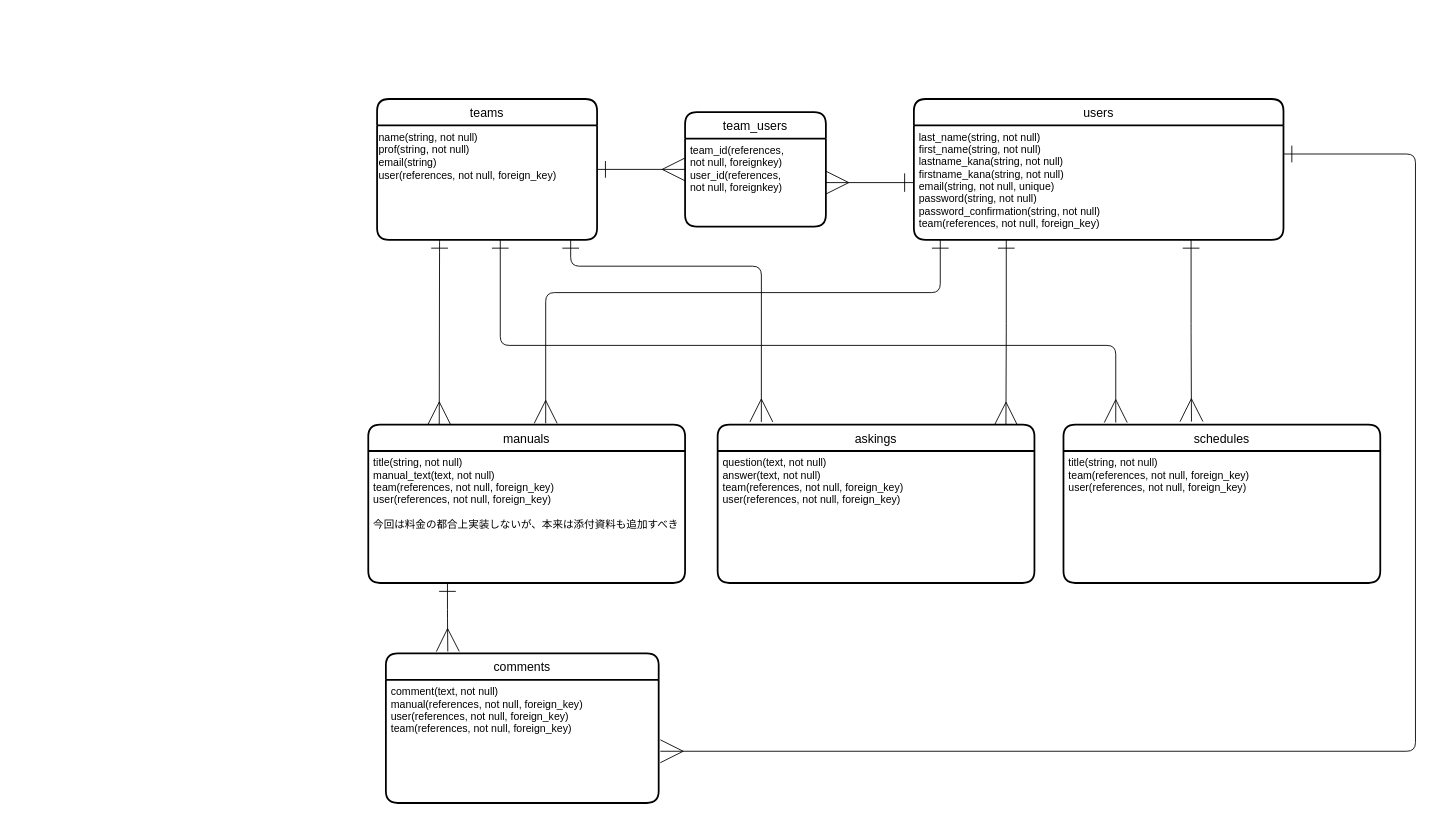
Earlier version of the draw.io diagram sumine.dio (maho-t/SUmine). Source tidied: cells renumbered, new cells numbered last; positions are measured from the earlier drawing's top-left corner, leaving out a move shared by most shapes. Both pictures are drawn from the tidied source at 88%, with x=0, y=0 at pixel (368, 99).
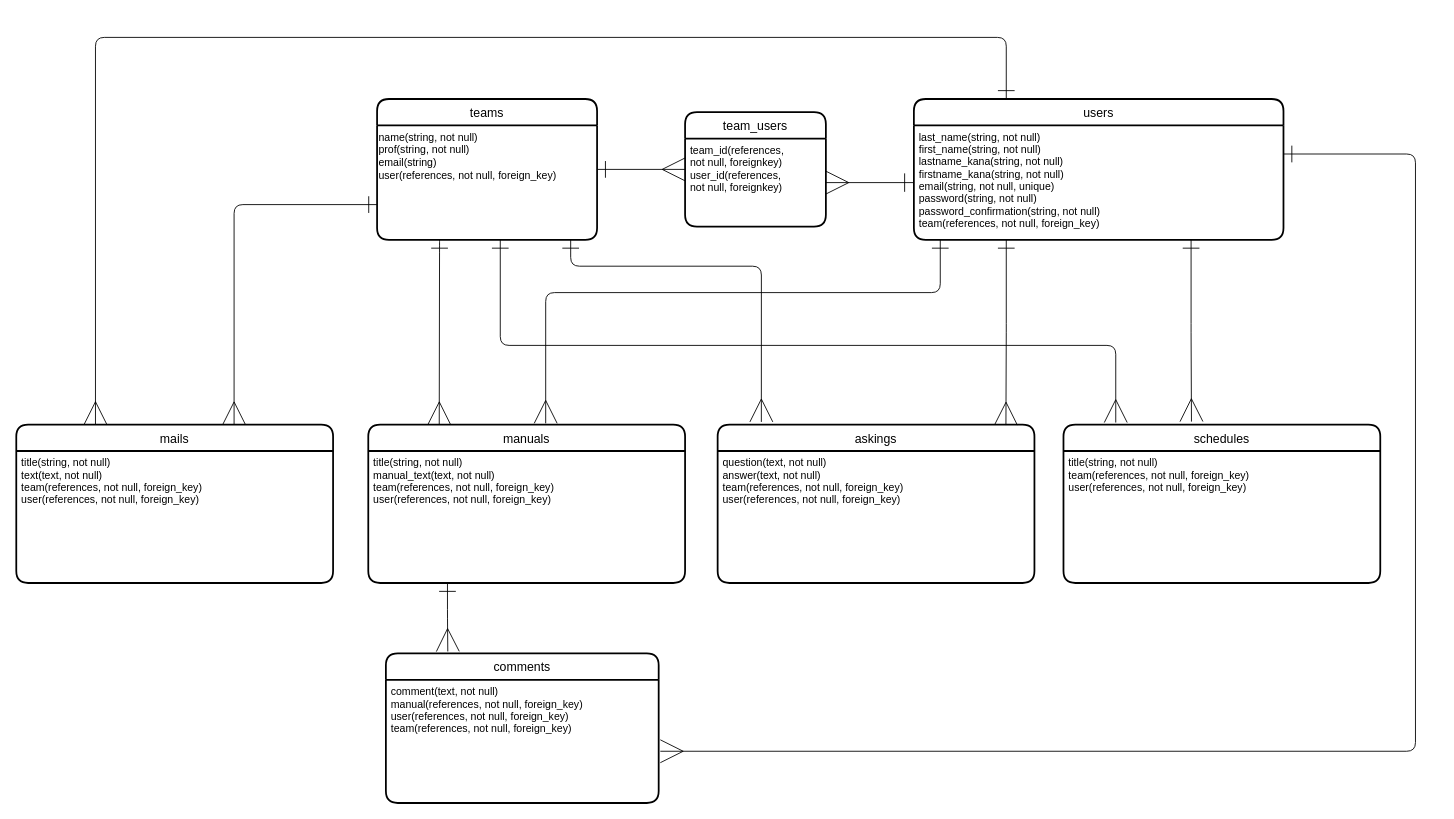
The same page after the edit.

The change refers to these unchanged cells:
```xml
<mxCell id="6" value="teams" style="swimlane;horizontal=1;startSize=30;rounded=1;fontSize=14;fontStyle=0;strokeWidth=2;shadow=0;dashed=0;align=center;verticalAlign=middle;" parent="1" vertex="1">
  <mxGeometry x="10" width="250" height="160" as="geometry" />
</mxCell>
<mxCell id="8" value="users" style="swimlane;horizontal=1;startSize=30;rounded=1;fontSize=14;fontStyle=0;strokeWidth=2;shadow=0;dashed=0;align=center;" parent="1" vertex="1">
  <mxGeometry x="620" width="420" height="160" as="geometry" />
</mxCell>
<mxCell id="12" value="manuals" style="swimlane;horizontal=1;startSize=30;rounded=1;fontSize=14;fontStyle=0;strokeWidth=2;shadow=0;dashed=0;align=center;" parent="1" vertex="1">
  <mxGeometry y="370" width="360" height="180" as="geometry" />
</mxCell>
```

The edit, as a diff of the source:
```diff
@@
-    <mxCell id="13" value="title(string, not null)&#10;manual_text(text, not null)&#10;team(references, not null, foreign_key)&#10;user(references, not null, foreign_key)&#10;&#10;今回は料金の都合上実装しないが、本来は添付資料も追加すべき" style="align=left;strokeColor=none;fillColor=none;spacingLeft=4;fontSize=12;verticalAlign=top;" parent="12" vertex="1">
+    <mxCell id="13" value="title(string, not null)&#10;manual_text(text, not null)&#10;team(references, not null, foreign_key)&#10;user(references, not null, foreign_key)" style="align=left;strokeColor=none;fillColor=none;spacingLeft=4;fontSize=12;verticalAlign=top;" parent="12" vertex="1">
       <mxGeometry y="30" width="360" height="150" as="geometry" />
     </mxCell>
@@
+    <mxCell id="27" value="mails" style="swimlane;horizontal=1;startSize=30;rounded=1;fontSize=14;fontStyle=0;strokeWidth=2;shadow=0;dashed=0;align=center;" parent="1" vertex="1">
+      <mxGeometry x="-400" y="370" width="360" height="180" as="geometry" />
+    </mxCell>
+    <mxCell id="28" value="title(string, not null)&#10;text(text, not null)&#10;team(references, not null, foreign_key)&#10;user(references, not null, foreign_key)" style="align=left;strokeColor=none;fillColor=none;spacingLeft=4;fontSize=12;verticalAlign=top;" parent="27" vertex="1">
+      <mxGeometry y="30" width="360" height="150" as="geometry" />
+    </mxCell>
+    <mxCell id="29" style="edgeStyle=orthogonalEdgeStyle;html=1;entryX=0.224;entryY=0.001;entryDx=0;entryDy=0;entryPerimeter=0;fontSize=12;startArrow=ERone;startFill=0;endArrow=ERmany;endFill=0;startSize=17;endSize=24;sourcePerimeterSpacing=27;targetPerimeterSpacing=46;elbow=vertical;exitX=0;exitY=0.75;exitDx=0;exitDy=0;" parent="1" edge="1" source="6">
+      <mxGeometry relative="1" as="geometry">
+        <mxPoint x="-152.5" y="370.2" as="targetPoint" />
+        <Array as="points">
+          <mxPoint x="-152" y="120" />
+        </Array>
+      </mxGeometry>
+    </mxCell>
+    <mxCell id="30" style="edgeStyle=orthogonalEdgeStyle;html=1;exitX=0.25;exitY=0;exitDx=0;exitDy=0;entryX=0.25;entryY=0;entryDx=0;entryDy=0;startArrow=ERone;startFill=0;endArrow=ERmany;endFill=0;startSize=17;endSize=24;sourcePerimeterSpacing=27;targetPerimeterSpacing=46;elbow=vertical;" parent="1" edge="1" source="8" target="27">
+      <mxGeometry relative="1" as="geometry">
+        <Array as="points">
+          <mxPoint x="725" y="-70" />
+          <mxPoint x="-310" y="-70" />
+        </Array>
+      </mxGeometry>
+    </mxCell>
```
